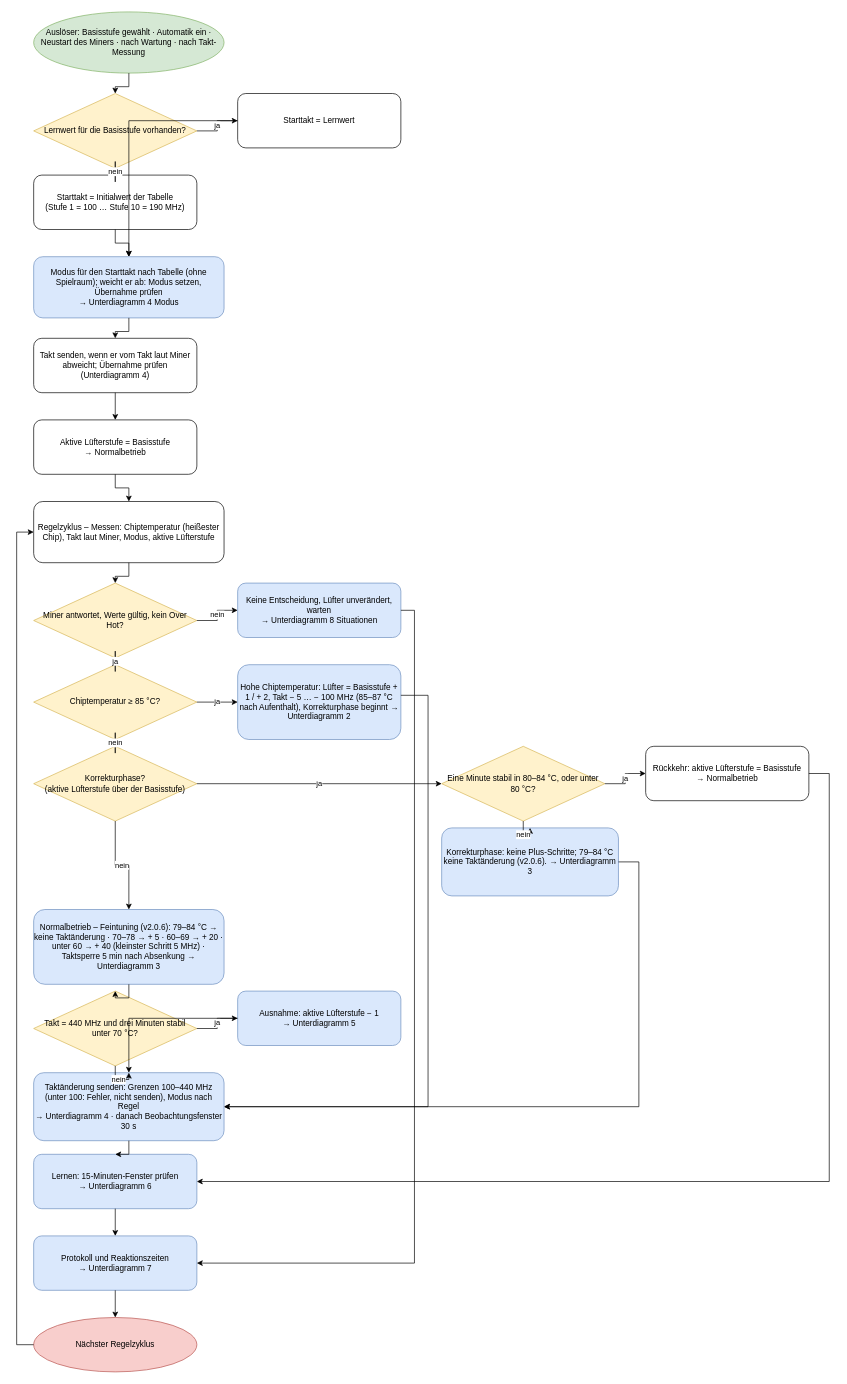
The draw.io diagram page "1 Hauptablauf" (1 of 8) of docs/claude/Regelungslogik-Luefter-Takt.drawio in lieferbaer/miner-sentinel, before the edit. Source tidied: cells renumbered, new cells numbered last; positions are measured from the earlier drawing's top-left corner, leaving out a move shared by most shapes. Both pictures are drawn from the tidied source at 68%, with x=0, y=0 at pixel (16, 12).
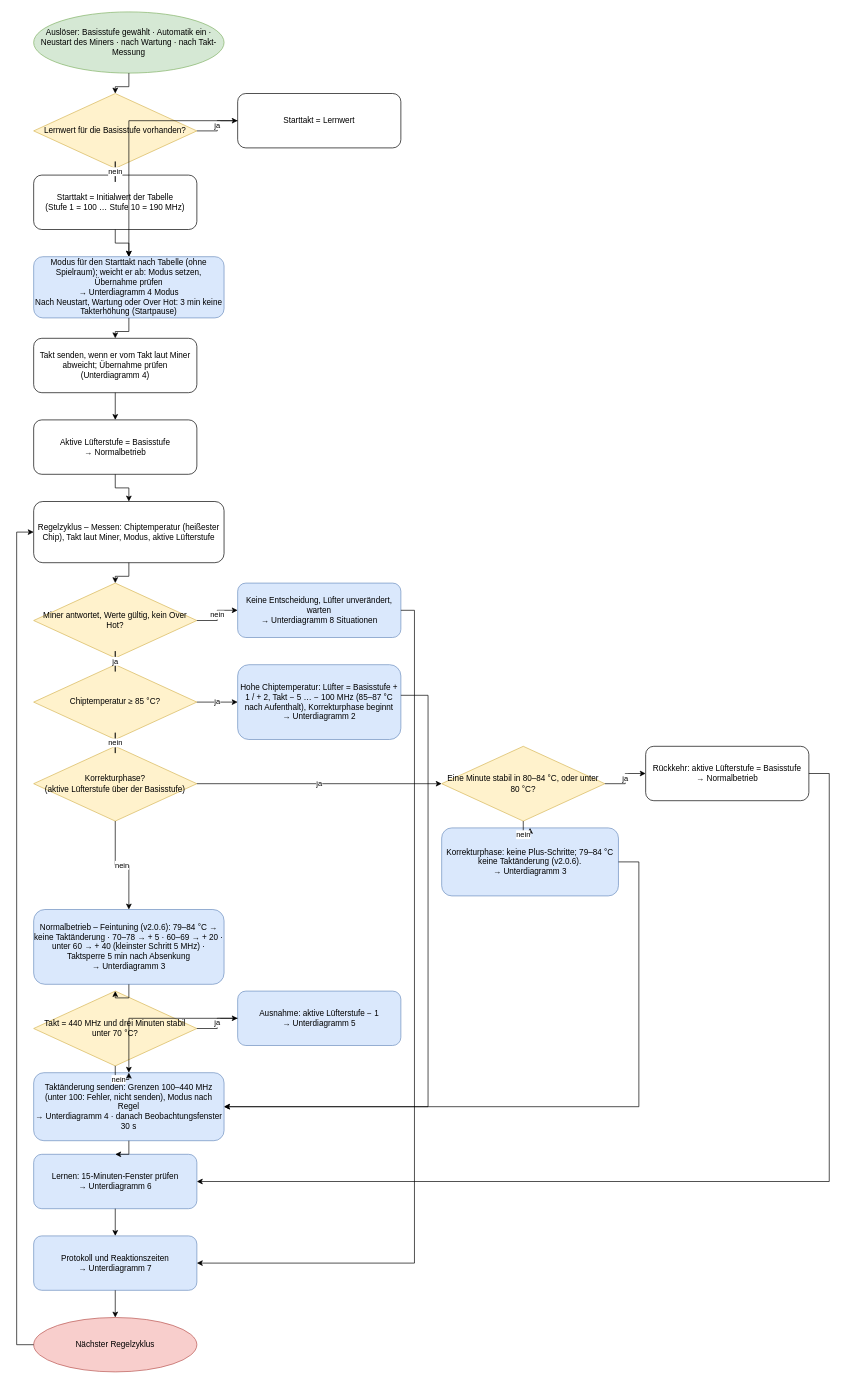
The same diagram, later.

Commit message (it also covers changes not shown here):
v2.0.7: Startpause nach kaltem Start, Diagramm-Umbrüche

What changed in the source:
```diff
@@
-    <mxCell id="6" value="Modus für den Starttakt nach Tabelle (ohne Spielraum); weicht er ab: Modus setzen, Übernahme prüfen&lt;br&gt;→ Unterdiagramm 4 Modus" style="rounded=1;whiteSpace=wrap;html=1;fillColor=#dae8fc;strokeColor=#6c8ebf;" parent="1" vertex="1">
+    <mxCell id="6" value="Modus für den Starttakt nach Tabelle (ohne Spielraum); weicht er ab: Modus setzen, Übernahme prüfen&lt;br&gt;→ Unterdiagramm 4 Modus&lt;br&gt;Nach Neustart, Wartung oder Over Hot: 3 min keine Takterhöhung (Startpause)" style="rounded=1;whiteSpace=wrap;html=1;fillColor=#dae8fc;strokeColor=#6c8ebf;" parent="1" vertex="1">
       <mxGeometry x="25" y="360" width="280" height="90" as="geometry" />
     </mxCell>
@@
-    <mxCell id="13" value="Hohe Chiptemperatur: Lüfter = Basisstufe + 1 / + 2, Takt − 5 … − 100 MHz (85–87 °C nach Aufenthalt), Korrekturphase beginnt → Unterdiagramm 2" style="rounded=1;whiteSpace=wrap;html=1;fillColor=#dae8fc;strokeColor=#6c8ebf;" parent="1" vertex="1">
+    <mxCell id="13" value="Hohe Chiptemperatur: Lüfter = Basisstufe + 1 / + 2, Takt − 5 … − 100 MHz (85–87 °C nach Aufenthalt), Korrekturphase beginnt&lt;br&gt;→ Unterdiagramm 2" style="rounded=1;whiteSpace=wrap;html=1;fillColor=#dae8fc;strokeColor=#6c8ebf;" parent="1" vertex="1">
       <mxGeometry x="325" y="960" width="240" height="110" as="geometry" />
     </mxCell>
@@
-    <mxCell id="17" value="Korrekturphase: keine Plus-Schritte; 79–84 °C keine Taktänderung (v2.0.6). → Unterdiagramm 3" style="rounded=1;whiteSpace=wrap;html=1;fillColor=#dae8fc;strokeColor=#6c8ebf;" parent="1" vertex="1">
+    <mxCell id="17" value="Korrekturphase: keine Plus-Schritte; 79–84 °C keine Taktänderung (v2.0.6).&lt;br&gt;→ Unterdiagramm 3" style="rounded=1;whiteSpace=wrap;html=1;fillColor=#dae8fc;strokeColor=#6c8ebf;" parent="1" vertex="1">
       <mxGeometry x="625" y="1200" width="260" height="100" as="geometry" />
     </mxCell>
-    <mxCell id="18" value="Normalbetrieb – Feintuning (v2.0.6): 79–84 °C → keine Taktänderung · 70–78 → + 5 · 60–69 → + 20 · unter 60 → + 40 (kleinster Schritt 5 MHz) · Taktsperre 5 min nach Absenkung → Unterdiagramm 3" style="rounded=1;whiteSpace=wrap;html=1;fillColor=#dae8fc;strokeColor=#6c8ebf;" parent="1" vertex="1">
+    <mxCell id="18" value="Normalbetrieb – Feintuning (v2.0.6): 79–84 °C → keine Taktänderung · 70–78 → + 5 · 60–69 → + 20 · unter 60 → + 40 (kleinster Schritt 5 MHz) · Taktsperre 5 min nach Absenkung&lt;br&gt;→ Unterdiagramm 3" style="rounded=1;whiteSpace=wrap;html=1;fillColor=#dae8fc;strokeColor=#6c8ebf;" parent="1" vertex="1">
       <mxGeometry x="25" y="1320" width="280" height="110" as="geometry" />
     </mxCell>
```
